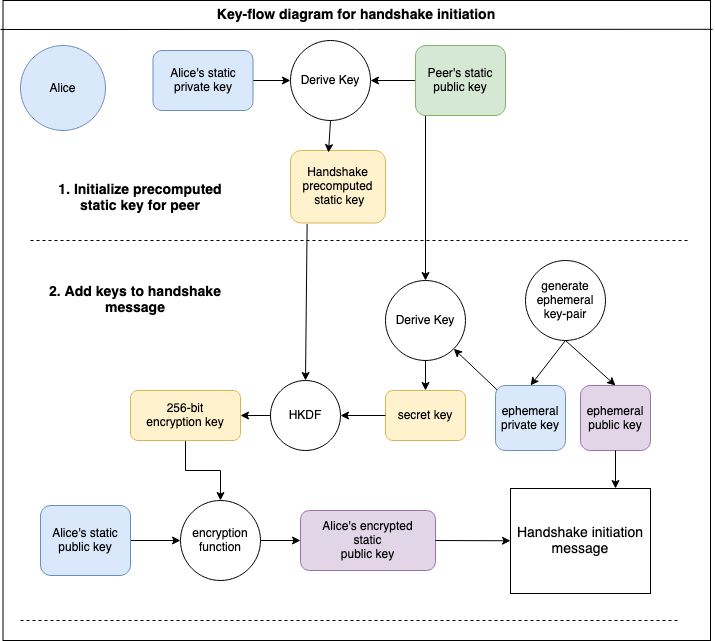
This is paper/images/key-flow-wg.drawio.png from garnoth/WGPaper, a draw.io export, as it was before one commit. Source tidied: cells renumbered, new cells last; positions are measured from the earlier drawing's top-left corner, leaving out a move shared by most shapes.
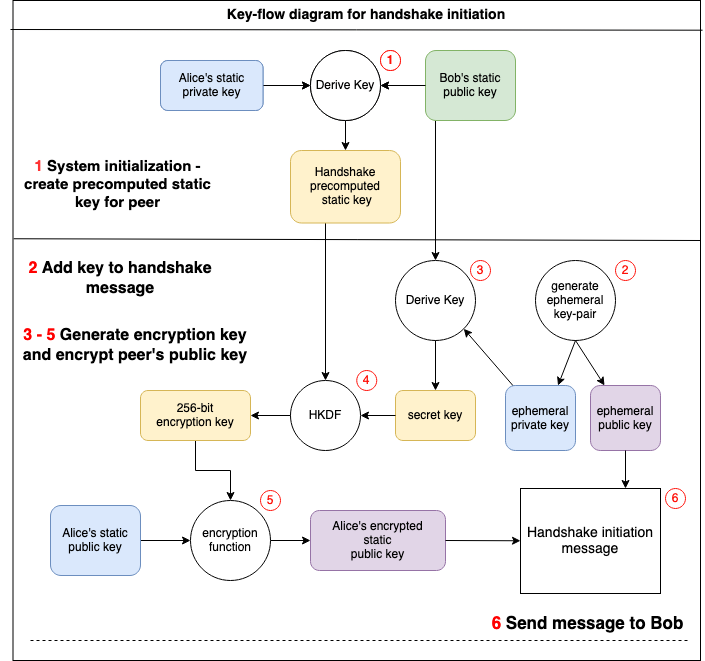
After the commit.

Change to the diagram source:
```diff
@@ -3,34 +3,36 @@
     <mxCell id="0" />
     <mxCell id="1" parent="0" />
     <mxCell id="2" style="rounded=0;whiteSpace=wrap;html=1;fontSize=14;" parent="1" vertex="1">
-      <mxGeometry x="2.5" width="707.5" height="640" as="geometry" />
+      <mxGeometry x="2.5" width="687.5" height="660" as="geometry" />
     </mxCell>
     <mxCell id="3" style="endArrow=classic;html=1;fontColor=#FF3333;rounded=0;entryX=1;entryY=1;entryDx=0;entryDy=0;exitX=0.786;exitY=0.846;exitDx=0;exitDy=0;exitPerimeter=0;" parent="1" edge="1" source="13" target="15">
       <mxGeometry relative="1" as="geometry" />
     </mxCell>
-    <mxCell id="4" style="endArrow=classic;html=1;fontColor=#FF3333;rounded=0;fontSize=14;exitX=0.175;exitY=1.014;exitDx=0;exitDy=0;entryX=0.5;entryY=0;entryDx=0;entryDy=0;exitPerimeter=0;" parent="1" edge="1" source="11" target="16">
-      <mxGeometry relative="1" as="geometry" />
+    <mxCell id="4" style="endArrow=classic;html=1;fontColor=#FF3333;rounded=0;fontSize=14;entryX=0.5;entryY=0;entryDx=0;entryDy=0;" parent="1" edge="1" target="16">
+      <mxGeometry relative="1" as="geometry">
+        <mxPoint x="315" y="220" as="sourcePoint" />
+      </mxGeometry>
     </mxCell>
     <mxCell id="5" style="endArrow=classic;html=1;fontColor=#FF3333;rounded=0;entryX=0.5;entryY=0;entryDx=0;entryDy=0;exitX=0.111;exitY=0.214;exitDx=0;exitDy=0;exitPerimeter=0;" parent="1" edge="1" source="10" target="15">
       <mxGeometry relative="1" as="geometry" />
     </mxCell>
     <mxCell id="6" value="Derive Key" style="ellipse;whiteSpace=wrap;html=1;" parent="1" vertex="1">
-      <mxGeometry x="290" y="40" width="80" height="80" as="geometry" />
+      <mxGeometry x="300" y="50" width="70" height="70" as="geometry" />
     </mxCell>
     <mxCell id="7" style="edgeStyle=orthogonalEdgeStyle;rounded=0;jettySize=auto;html=1;" parent="1" edge="1" source="8" target="6">
       <mxGeometry relative="1" as="geometry" />
     </mxCell>
     <mxCell id="8" value="&lt;div&gt;Alice's static &lt;br&gt;&lt;/div&gt;&lt;div&gt;private key&lt;/div&gt;" style="rounded=1;whiteSpace=wrap;html=1;fillColor=#dae8fc;strokeColor=#6c8ebf;" parent="1" vertex="1">
-      <mxGeometry x="152.5" y="50" width="100" height="60" as="geometry" />
+      <mxGeometry x="150" y="60" width="102.5" height="50" as="geometry" />
     </mxCell>
     <mxCell id="9" style="edgeStyle=orthogonalEdgeStyle;rounded=0;jettySize=auto;html=1;" parent="1" edge="1" source="10" target="6">
       <mxGeometry relative="1" as="geometry" />
     </mxCell>
-    <mxCell id="10" value="&lt;div&gt;Peer's static &lt;br&gt;&lt;/div&gt;&lt;div&gt;public key&lt;/div&gt;" style="rounded=1;whiteSpace=wrap;html=1;fillColor=#d5e8d4;strokeColor=#82b366;" parent="1" vertex="1">
-      <mxGeometry x="415" y="45" width="90" height="70" as="geometry" />
+    <mxCell id="10" value="&lt;div&gt;Bob's static &lt;br&gt;&lt;/div&gt;&lt;div&gt;public key&lt;/div&gt;" style="rounded=1;whiteSpace=wrap;html=1;fillColor=#d5e8d4;strokeColor=#82b366;" parent="1" vertex="1">
+      <mxGeometry x="415" y="50" width="90" height="70" as="geometry" />
     </mxCell>
     <mxCell id="11" value="&lt;div&gt;Handshake&lt;/div&gt;&lt;div&gt;precomputed&lt;/div&gt;&lt;div&gt;&amp;nbsp;static key&lt;/div&gt;" style="rounded=1;whiteSpace=wrap;html=1;fillColor=#fff2cc;strokeColor=#d6b656;" parent="1" vertex="1">
-      <mxGeometry x="290" y="150" width="95" height="72.5" as="geometry" />
+      <mxGeometry x="280" y="150" width="110" height="72.5" as="geometry" />
     </mxCell>
     <mxCell id="12" value="&lt;div&gt;generate &lt;br&gt;&lt;/div&gt;&lt;div&gt;ephemeral &lt;br&gt;&lt;/div&gt;&lt;div&gt;key-pair&lt;br&gt;&lt;/div&gt;" style="ellipse;whiteSpace=wrap;html=1;" parent="1" vertex="1">
       <mxGeometry x="525" y="260" width="80" height="80" as="geometry" />
@@ -38,14 +40,14 @@
     <mxCell id="13" value="&lt;div&gt;ephemeral &lt;br&gt;&lt;/div&gt;&lt;div&gt;private key&lt;/div&gt;" style="rounded=1;whiteSpace=wrap;html=1;fillColor=#dae8fc;strokeColor=#6c8ebf;" parent="1" vertex="1">
       <mxGeometry x="495" y="385" width="70" height="65" as="geometry" />
     </mxCell>
-    <mxCell id="14" style="endArrow=classic;html=1;fontColor=#FF3333;rounded=0;exitX=0.5;exitY=1;exitDx=0;exitDy=0;entryX=0.5;entryY=0;entryDx=0;entryDy=0;" parent="1" edge="1" source="12" target="34">
+    <mxCell id="14" style="endArrow=classic;html=1;fontColor=#FF3333;rounded=0;exitX=0.5;exitY=1;exitDx=0;exitDy=0;" parent="1" edge="1" source="12" target="34">
       <mxGeometry relative="1" as="geometry" />
     </mxCell>
     <mxCell id="15" value="Derive Key" style="ellipse;whiteSpace=wrap;html=1;" parent="1" vertex="1">
-      <mxGeometry x="385" y="280" width="80" height="80" as="geometry" />
+      <mxGeometry x="385" y="260" width="80" height="80" as="geometry" />
     </mxCell>
     <mxCell id="16" value="HKDF" style="ellipse;whiteSpace=wrap;html=1;" parent="1" vertex="1">
-      <mxGeometry x="270" y="380" width="70" height="70" as="geometry" />
+      <mxGeometry x="280" y="380" width="70" height="70" as="geometry" />
     </mxCell>
     <mxCell id="17" value="secret key" style="rounded=1;whiteSpace=wrap;html=1;fillColor=#fff2cc;strokeColor=#d6b656;" parent="1" vertex="1">
       <mxGeometry x="385" y="390" width="80" height="50" as="geometry" />
@@ -80,33 +82,29 @@
     <mxCell id="27" value="&lt;div&gt;Alice's encrypted&lt;/div&gt;&lt;div&gt;static &lt;br&gt;&lt;/div&gt;&lt;div&gt;public key&lt;/div&gt;" style="rounded=1;whiteSpace=wrap;html=1;fillColor=#e1d5e7;strokeColor=#9673a6;" parent="1" vertex="1">
       <mxGeometry x="300" y="510" width="135" height="60" as="geometry" />
     </mxCell>
-    <mxCell id="28" value="Alice" style="ellipse;whiteSpace=wrap;html=1;fillColor=#dae8fc;strokeColor=#6c8ebf;" parent="1" vertex="1">
-      <mxGeometry x="20" y="45" width="85" height="85" as="geometry" />
-    </mxCell>
-    <mxCell id="29" style="endArrow=classic;html=1;fontColor=#FF3333;rounded=0;exitX=0.5;exitY=1;exitDx=0;exitDy=0;entryX=0.4;entryY=0.028;entryDx=0;entryDy=0;entryPerimeter=0;" parent="1" edge="1" source="6" target="11">
+    <mxCell id="29" style="endArrow=classic;html=1;fontColor=#FF3333;rounded=0;exitX=0.5;exitY=1;exitDx=0;exitDy=0;entryX=0.5;entryY=0;entryDx=0;entryDy=0;" parent="1" edge="1" source="6" target="11">
       <mxGeometry relative="1" as="geometry" />
     </mxCell>
-    <mxCell id="30" style="endArrow=none;html=1;rounded=0;dashed=1;" parent="1" edge="1">
+    <mxCell id="30" style="endArrow=none;html=1;rounded=0;exitX=0.001;exitY=0.361;exitDx=0;exitDy=0;exitPerimeter=0;" parent="1" edge="1" source="2">
       <mxGeometry relative="1" as="geometry">
-        <mxPoint x="30" y="240" as="sourcePoint" />
         <mxPoint x="690" y="240" as="targetPoint" />
       </mxGeometry>
     </mxCell>
-    <mxCell id="31" value="&lt;font style=&quot;font-size: 14px&quot;&gt;1. Initialize precomputed static key for peer&lt;br&gt;&lt;/font&gt;" style="text;html=1;strokeColor=none;fillColor=none;align=center;verticalAlign=middle;whiteSpace=wrap;rounded=0;fontStyle=1;" parent="1" vertex="1">
-      <mxGeometry x="45" y="172.5" width="190" height="50" as="geometry" />
+    <mxCell id="31" value="&lt;font style=&quot;font-size: 15px;&quot;&gt;&lt;font style=&quot;font-size: 15px;&quot; color=&quot;#FF3333&quot;&gt;1&lt;/font&gt; System initialization - create precomputed static key for peer&lt;br&gt;&lt;/font&gt;" style="text;html=1;strokeColor=none;fillColor=none;align=center;verticalAlign=middle;whiteSpace=wrap;rounded=0;fontStyle=1;" parent="1" vertex="1">
+      <mxGeometry x="10" y="145" width="195" height="77.5" as="geometry" />
     </mxCell>
     <mxCell id="32" style="endArrow=none;html=1;rounded=0;entryX=1.003;entryY=0.045;entryDx=0;entryDy=0;entryPerimeter=0;" parent="1" edge="1" target="2">
       <mxGeometry relative="1" as="geometry">
         <mxPoint y="29" as="sourcePoint" />
       </mxGeometry>
     </mxCell>
-    <mxCell id="33" value="&lt;font style=&quot;font-size: 14px&quot;&gt;2. Add keys to handshake message&lt;/font&gt;" style="text;html=1;strokeColor=none;fillColor=none;align=center;verticalAlign=middle;whiteSpace=wrap;rounded=0;fontStyle=1;" parent="1" vertex="1">
-      <mxGeometry x="35" y="245" width="200" height="110" as="geometry" />
+    <mxCell id="33" value="&lt;font style=&quot;font-size: 16px;&quot;&gt;&lt;font style=&quot;font-size: 16px;&quot; color=&quot;#FF0000&quot;&gt;2&lt;/font&gt;&lt;font color=&quot;#FF0000&quot;&gt; &lt;/font&gt;Add key to handshake message&lt;/font&gt;" style="text;html=1;strokeColor=none;fillColor=none;align=center;verticalAlign=middle;whiteSpace=wrap;rounded=0;fontStyle=1;" parent="1" vertex="1">
+      <mxGeometry x="-10" y="222.5" width="240" height="110" as="geometry" />
     </mxCell>
     <mxCell id="34" value="&lt;div&gt;ephemeral &lt;br&gt;&lt;/div&gt;&lt;div&gt;public key&lt;/div&gt;" style="rounded=1;whiteSpace=wrap;html=1;fillColor=#e1d5e7;strokeColor=#9673a6;" parent="1" vertex="1">
       <mxGeometry x="580" y="385" width="70" height="65" as="geometry" />
     </mxCell>
-    <mxCell id="35" style="endArrow=classic;html=1;fontColor=#FF3333;rounded=0;exitX=0.5;exitY=1;exitDx=0;exitDy=0;entryX=0.5;entryY=0;entryDx=0;entryDy=0;" parent="1" edge="1" source="12" target="13">
+    <mxCell id="35" style="endArrow=classic;html=1;fontColor=#FF3333;rounded=0;exitX=0.5;exitY=1;exitDx=0;exitDy=0;entryX=0.75;entryY=0;entryDx=0;entryDy=0;" parent="1" edge="1" source="12" target="13">
       <mxGeometry relative="1" as="geometry" />
     </mxCell>
     <mxCell id="36" value="Handshake initiation message" style="rounded=0;whiteSpace=wrap;html=1;fontSize=14;" parent="1" vertex="1">
@@ -120,12 +118,53 @@
     </mxCell>
     <mxCell id="39" style="endArrow=none;html=1;rounded=0;dashed=1;" parent="1" edge="1">
       <mxGeometry relative="1" as="geometry">
-        <mxPoint x="20" y="620" as="sourcePoint" />
-        <mxPoint x="680" y="620" as="targetPoint" />
+        <mxPoint x="20" y="640" as="sourcePoint" />
+        <mxPoint x="680" y="640" as="targetPoint" />
       </mxGeometry>
     </mxCell>
     <mxCell id="40" value="Key-flow diagram for handshake initiation" style="text;html=1;strokeColor=none;fillColor=none;align=center;verticalAlign=middle;whiteSpace=wrap;rounded=0;fontSize=14;fontStyle=1;" parent="1" vertex="1">
       <mxGeometry x="171.2" width="370" height="30" as="geometry" />
     </mxCell>
+    <mxCell id="41" value="&lt;font style=&quot;font-size: 17px;&quot; color=&quot;#FF0000&quot;&gt;6&lt;/font&gt;&lt;font style=&quot;font-size: 17px;&quot;&gt;&lt;font style=&quot;font-size: 17px;&quot;&gt; &lt;/font&gt;Send message to Bob&lt;br&gt;&lt;/font&gt;" style="text;html=1;strokeColor=none;fillColor=none;align=center;verticalAlign=middle;whiteSpace=wrap;rounded=0;fontStyle=1;" parent="1" vertex="1">
+      <mxGeometry x="480" y="590" width="195" height="65" as="geometry" />
+    </mxCell>
+    <mxCell id="42" value="&lt;b&gt;&lt;font color=&quot;#FF1008&quot;&gt;1&lt;/font&gt;&lt;/b&gt;" style="ellipse;whiteSpace=wrap;html=1;strokeColor=#FF1008;" parent="1" vertex="1">
+      <mxGeometry x="370" y="50" width="20" height="20" as="geometry" />
+    </mxCell>
+    <mxCell id="43" value="&lt;font color=&quot;#FF1008&quot;&gt;2&lt;/font&gt;" style="ellipse;whiteSpace=wrap;html=1;strokeColor=#FF1008;" parent="1" vertex="1">
+      <mxGeometry x="605" y="260" width="20" height="20" as="geometry" />
+    </mxCell>
+    <mxCell id="44" value="&lt;font color=&quot;#FF1008&quot;&gt;3&lt;/font&gt;" style="ellipse;whiteSpace=wrap;html=1;strokeColor=#FF1008;" parent="1" vertex="1">
+      <mxGeometry x="460" y="260" width="20" height="20" as="geometry" />
+    </mxCell>
+    <mxCell id="45" value="&lt;font color=&quot;#FF1008&quot;&gt;4&lt;/font&gt;" style="ellipse;whiteSpace=wrap;html=1;strokeColor=#FF1008;" parent="1" vertex="1">
+      <mxGeometry x="346.2" y="370" width="20" height="20" as="geometry" />
+    </mxCell>
+    <mxCell id="46" value="&lt;font color=&quot;#FF1008&quot;&gt;5&lt;/font&gt;" style="ellipse;whiteSpace=wrap;html=1;strokeColor=#FF1008;" parent="1" vertex="1">
+      <mxGeometry x="250" y="490" width="20" height="20" as="geometry" />
+    </mxCell>
+    <mxCell id="47" value="&lt;font color=&quot;#FF1008&quot;&gt;6&lt;/font&gt;" style="ellipse;whiteSpace=wrap;html=1;strokeColor=#FF1008;" parent="1" vertex="1">
+      <mxGeometry x="655" y="488" width="20" height="20" as="geometry" />
+    </mxCell>
+    <mxCell id="48" value="&lt;font style=&quot;font-size: 16px;&quot;&gt;&lt;font color=&quot;#FF0000&quot;&gt;3 - 5&lt;/font&gt; Generate encryption key and encrypt peer's public key&lt;br&gt;&lt;/font&gt;" style="text;html=1;strokeColor=none;fillColor=none;align=center;verticalAlign=middle;whiteSpace=wrap;rounded=0;fontStyle=1;" parent="1" vertex="1">
+      <mxGeometry x="10" y="290" width="230" height="110" as="geometry" />
+    </mxCell>
+    <mxCell id="49" value="Derive Key" style="ellipse;whiteSpace=wrap;html=1;" parent="1" vertex="1">
+      <mxGeometry x="300" y="50" width="70" height="70" as="geometry" />
+    </mxCell>
+    <mxCell id="50" style="edgeStyle=orthogonalEdgeStyle;rounded=0;jettySize=auto;html=1;" parent="1" edge="1" source="51" target="49">
+      <mxGeometry relative="1" as="geometry" />
+    </mxCell>
+    <mxCell id="51" value="&lt;div&gt;Alice's static &lt;br&gt;&lt;/div&gt;&lt;div&gt;private key&lt;/div&gt;" style="rounded=1;whiteSpace=wrap;html=1;fillColor=#dae8fc;strokeColor=#6c8ebf;" parent="1" vertex="1">
+      <mxGeometry x="150" y="60" width="102.5" height="50" as="geometry" />
+    </mxCell>
+    <mxCell id="52" style="edgeStyle=orthogonalEdgeStyle;rounded=0;jettySize=auto;html=1;" parent="1" edge="1" target="49">
+      <mxGeometry relative="1" as="geometry">
+        <mxPoint x="415" y="85" as="sourcePoint" />
+      </mxGeometry>
+    </mxCell>
+    <mxCell id="53" value="&lt;b&gt;&lt;font color=&quot;#FF1008&quot;&gt;1&lt;/font&gt;&lt;/b&gt;" style="ellipse;whiteSpace=wrap;html=1;strokeColor=#FF1008;" parent="1" vertex="1">
+      <mxGeometry x="370" y="50" width="20" height="20" as="geometry" />
+    </mxCell>
   </root>
 </mxGraphModel>
```
